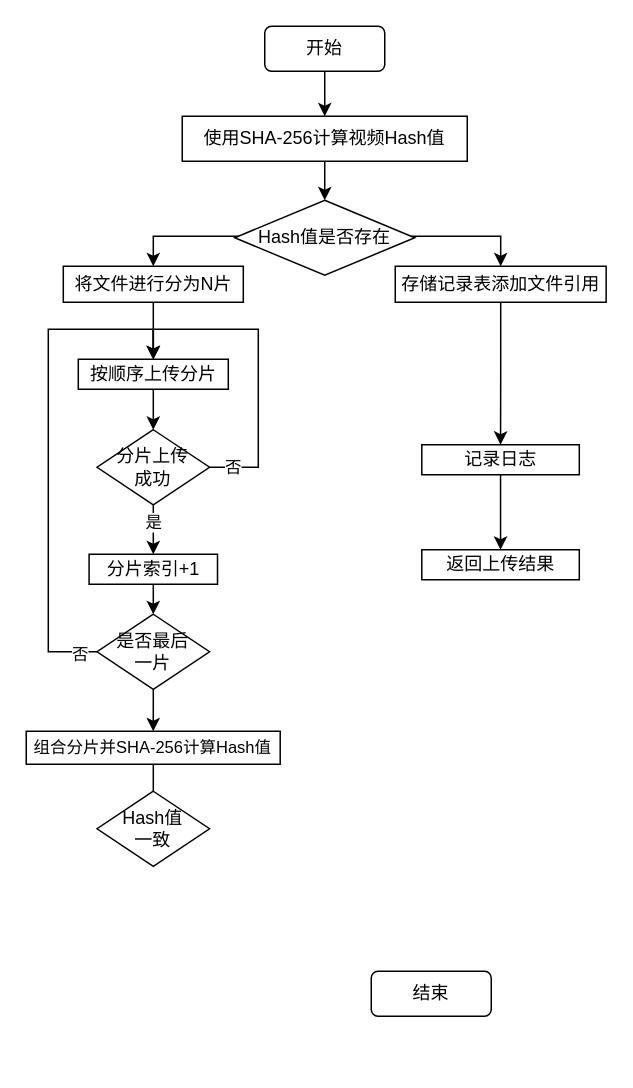
This is DrawIO_file/流程图/断点续传流程图.drawio from DingDongZz/typera_PicGO, a draw.io file, before an edit. Source tidied: cells renumbered, new cells numbered last; positions are measured from the earlier drawing's top-left corner, leaving out a move shared by most shapes. Both pictures are drawn from the tidied source at 150%, with x=0, y=0 at pixel (26, 26).
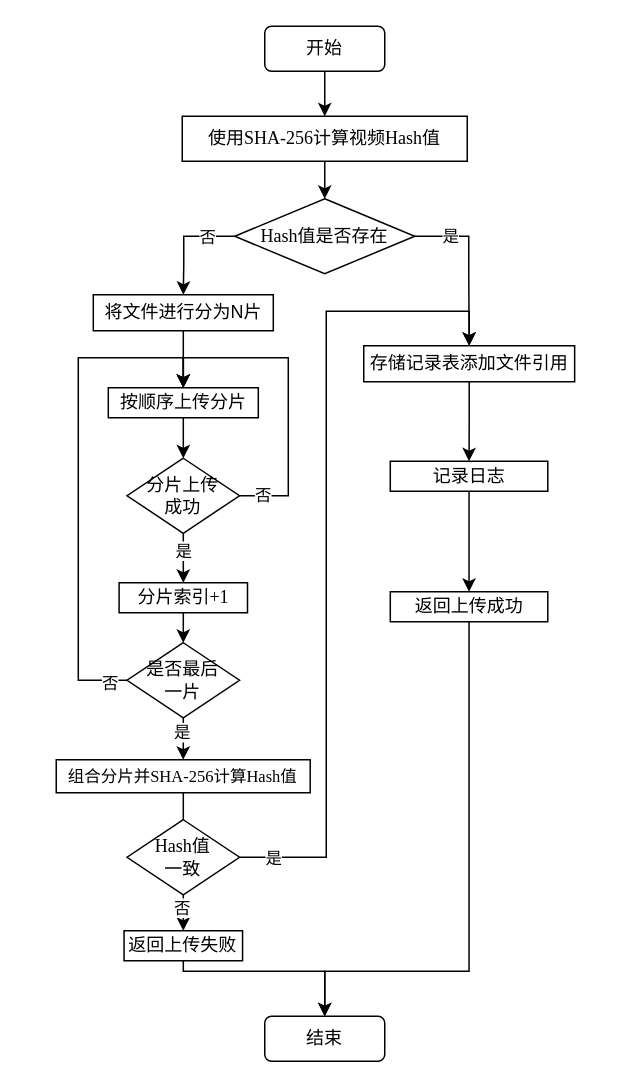
The same diagram, later.

Commit message:
更新断点续传流程图.drawio

The edit, as a diff of the source:
```diff
@@
-    <mxCell id="2" style="edgeStyle=orthogonalEdgeStyle;rounded=0;jettySize=auto;html=1;entryX=0.5;entryY=0;entryDx=0;entryDy=0;" parent="1" edge="1" source="3" target="5">
+    <mxCell id="2" style="edgeStyle=orthogonalEdgeStyle;rounded=0;jettySize=auto;html=1;entryX=0.5;entryY=0;entryDx=0;entryDy=0;fontFamily=宋体;" parent="1" edge="1" source="3" target="5">
       <mxGeometry relative="1" as="geometry" />
     </mxCell>
-    <mxCell id="3" value="开始" style="rounded=1;whiteSpace=wrap;html=1;" parent="1" vertex="1">
+    <mxCell id="3" value="开始" style="rounded=1;whiteSpace=wrap;html=1;fontFamily=宋体;" parent="1" vertex="1">
       <mxGeometry x="159" width="80" height="30" as="geometry" />
     </mxCell>
-    <mxCell id="4" style="edgeStyle=orthogonalEdgeStyle;rounded=0;jettySize=auto;html=1;entryX=0.5;entryY=0;entryDx=0;entryDy=0;" parent="1" edge="1" source="5" target="8">
+    <mxCell id="4" style="edgeStyle=orthogonalEdgeStyle;rounded=0;jettySize=auto;html=1;entryX=0.5;entryY=0;entryDx=0;entryDy=0;fontFamily=宋体;" parent="1" edge="1" source="5" target="8">
       <mxGeometry relative="1" as="geometry" />
     </mxCell>
-    <mxCell id="5" value="使用SHA-256计算视频Hash值" style="rounded=0;whiteSpace=wrap;html=1;" parent="1" vertex="1">
+    <mxCell id="5" value="使用&lt;font face=&quot;Times New Roman&quot;&gt;SHA-256&lt;/font&gt;计算视频&lt;font face=&quot;Times New Roman&quot;&gt;Hash&lt;/font&gt;值" style="rounded=0;whiteSpace=wrap;html=1;fontFamily=宋体;" parent="1" vertex="1">
       <mxGeometry x="104" y="60" width="190" height="30" as="geometry" />
     </mxCell>
+    <mxCell id="7" style="edgeStyle=orthogonalEdgeStyle;rounded=0;jettySize=auto;html=1;entryX=0.5;entryY=0;entryDx=0;entryDy=0;fontFamily=宋体;" parent="1" edge="1" source="8" target="10">
+      <mxGeometry relative="1" as="geometry">
+        <Array as="points">
+          <mxPoint x="295" y="140" />
+          <mxPoint x="295" y="163" />
+        </Array>
+      </mxGeometry>
+    </mxCell>
+    <mxCell id="34" value="是" style="edgeLabel;html=1;align=center;verticalAlign=middle;fontFamily=宋体;" parent="7" vertex="1">
+      <mxGeometry x="-0.57" y="1" relative="1" as="geometry" />
+    </mxCell>
-    <mxCell id="6" style="edgeStyle=orthogonalEdgeStyle;rounded=0;jettySize=auto;html=1;entryX=0.5;entryY=0;entryDx=0;entryDy=0;" parent="1" edge="1" source="8" target="17">
+    <mxCell id="6" style="edgeStyle=orthogonalEdgeStyle;rounded=0;jettySize=auto;html=1;entryX=0.5;entryY=0;entryDx=0;entryDy=0;fontFamily=宋体;" parent="1" edge="1" source="8" target="17">
       <mxGeometry relative="1" as="geometry">
         <Array as="points">
-          <mxPoint x="85" y="140" />
+          <mxPoint x="105" y="140" />
+          <mxPoint x="105" y="159" />
         </Array>
       </mxGeometry>
     </mxCell>
-    <mxCell id="7" style="edgeStyle=orthogonalEdgeStyle;rounded=0;jettySize=auto;html=1;entryX=0.5;entryY=0;entryDx=0;entryDy=0;" parent="1" edge="1" source="8" target="10">
-      <mxGeometry relative="1" as="geometry">
-        <Array as="points">
-          <mxPoint x="317" y="140" />
-        </Array>
-      </mxGeometry>
-    </mxCell>
+    <mxCell id="35" value="否" style="edgeLabel;html=1;align=center;verticalAlign=middle;fontFamily=宋体;" parent="6" vertex="1">
+      <mxGeometry x="-0.49" relative="1" as="geometry" />
+    </mxCell>
-    <mxCell id="8" value="Hash值是否存在" style="rhombus;whiteSpace=wrap;html=1;" parent="1" vertex="1">
-      <mxGeometry x="139" y="116" width="120" height="50" as="geometry" />
+    <mxCell id="8" value="&lt;font face=&quot;Times New Roman&quot;&gt;Hash&lt;/font&gt;值是否存在" style="rhombus;whiteSpace=wrap;html=1;fontFamily=宋体;" parent="1" vertex="1">
+      <mxGeometry x="139" y="115" width="120" height="50" as="geometry" />
     </mxCell>
-    <mxCell id="9" style="edgeStyle=orthogonalEdgeStyle;rounded=0;jettySize=auto;html=1;entryX=0.5;entryY=0;entryDx=0;entryDy=0;" parent="1" edge="1" source="10" target="12">
+    <mxCell id="9" style="edgeStyle=orthogonalEdgeStyle;rounded=0;jettySize=auto;html=1;entryX=0.5;entryY=0;entryDx=0;entryDy=0;fontFamily=宋体;" parent="1" edge="1" source="10" target="12">
       <mxGeometry relative="1" as="geometry" />
     </mxCell>
-    <mxCell id="10" value="存储记录表&lt;span style=&quot;background-color: transparent; color: light-dark(rgb(0, 0, 0), rgb(255, 255, 255));&quot;&gt;添加文件引用&lt;/span&gt;" style="rounded=0;whiteSpace=wrap;html=1;" parent="1" vertex="1">
-      <mxGeometry x="246" y="160" width="140.6" height="24" as="geometry" />
+    <mxCell id="10" value="存储记录表&lt;span style=&quot;background-color: transparent; color: light-dark(rgb(0, 0, 0), rgb(255, 255, 255));&quot;&gt;添加文件引用&lt;/span&gt;" style="rounded=0;whiteSpace=wrap;html=1;fontFamily=宋体;" parent="1" vertex="1">
+      <mxGeometry x="225" y="213" width="140.6" height="24" as="geometry" />
     </mxCell>
-    <mxCell id="11" style="edgeStyle=orthogonalEdgeStyle;rounded=0;jettySize=auto;html=1;entryX=0.5;entryY=0;entryDx=0;entryDy=0;" parent="1" edge="1" source="12" target="14">
+    <mxCell id="11" style="edgeStyle=orthogonalEdgeStyle;rounded=0;jettySize=auto;html=1;entryX=0.5;entryY=0;entryDx=0;entryDy=0;fontFamily=宋体;" parent="1" edge="1" source="12" target="14">
       <mxGeometry relative="1" as="geometry" />
     </mxCell>
-    <mxCell id="12" value="记录日志" style="rounded=0;whiteSpace=wrap;html=1;" parent="1" vertex="1">
-      <mxGeometry x="263.7" y="279" width="105" height="20" as="geometry" />
+    <mxCell id="12" value="记录日志" style="rounded=0;whiteSpace=wrap;html=1;fontFamily=宋体;" parent="1" vertex="1">
+      <mxGeometry x="242.7" y="290" width="105" height="20" as="geometry" />
     </mxCell>
-    <mxCell id="13" value="结束" style="rounded=1;whiteSpace=wrap;html=1;" parent="1" vertex="1">
-      <mxGeometry x="230" y="630" width="80" height="30" as="geometry" />
+    <mxCell id="13" value="结束" style="rounded=1;whiteSpace=wrap;html=1;fontFamily=宋体;" parent="1" vertex="1">
+      <mxGeometry x="159" y="660" width="80" height="30" as="geometry" />
     </mxCell>
+    <mxCell id="36" style="edgeStyle=orthogonalEdgeStyle;rounded=0;jettySize=auto;html=1;entryX=0.5;entryY=0;entryDx=0;entryDy=0;fontFamily=宋体;" parent="1" edge="1" source="14" target="13">
+      <mxGeometry relative="1" as="geometry">
+        <Array as="points">
+          <mxPoint x="295" y="630" />
+          <mxPoint x="199" y="630" />
+        </Array>
+      </mxGeometry>
+    </mxCell>
-    <mxCell id="14" value="返回上传结果" style="rounded=0;whiteSpace=wrap;html=1;" parent="1" vertex="1">
-      <mxGeometry x="263.7" y="349" width="105" height="20" as="geometry" />
+    <mxCell id="14" value="返回上传成功" style="rounded=0;whiteSpace=wrap;html=1;fontFamily=宋体;" parent="1" vertex="1">
+      <mxGeometry x="242.7" y="377" width="105" height="20" as="geometry" />
     </mxCell>
-    <mxCell id="15" style="group;" parent="1" vertex="1">
-      <mxGeometry y="160" width="169.3" height="400" as="geometry" />
+    <mxCell id="15" style="group;fontFamily=宋体;" parent="1" vertex="1">
+      <mxGeometry x="20" y="179" width="169.3" height="400" as="geometry" />
     </mxCell>
-    <mxCell id="16" style="edgeStyle=orthogonalEdgeStyle;rounded=0;jettySize=auto;html=1;entryX=0.5;entryY=0;entryDx=0;entryDy=0;" parent="15" edge="1" source="17" target="19">
+    <mxCell id="16" style="edgeStyle=orthogonalEdgeStyle;rounded=0;jettySize=auto;html=1;entryX=0.5;entryY=0;entryDx=0;entryDy=0;fontFamily=宋体;" parent="15" edge="1" source="17" target="19">
       <mxGeometry relative="1" as="geometry" />
     </mxCell>
-    <mxCell id="17" value="将文件进行分为N片" style="rounded=0;whiteSpace=wrap;html=1;" parent="15" vertex="1">
+    <mxCell id="17" value="将文件进行分为N片" style="rounded=0;whiteSpace=wrap;html=1;fontFamily=宋体;" parent="15" vertex="1">
       <mxGeometry x="24.7" width="120" height="24" as="geometry" />
     </mxCell>
-    <mxCell id="18" style="edgeStyle=orthogonalEdgeStyle;rounded=0;jettySize=auto;html=1;entryX=0.5;entryY=0;entryDx=0;entryDy=0;" parent="15" edge="1" source="19" target="24">
+    <mxCell id="18" style="edgeStyle=orthogonalEdgeStyle;rounded=0;jettySize=auto;html=1;entryX=0.5;entryY=0;entryDx=0;entryDy=0;fontFamily=宋体;" parent="15" edge="1" source="19" target="24">
       <mxGeometry relative="1" as="geometry" />
     </mxCell>
-    <mxCell id="19" value="按顺序上传分片" style="rounded=0;whiteSpace=wrap;html=1;" parent="15" vertex="1">
+    <mxCell id="19" value="按顺序上传分片" style="rounded=0;whiteSpace=wrap;html=1;fontFamily=宋体;" parent="15" vertex="1">
       <mxGeometry x="34.7" y="62" width="100" height="20" as="geometry" />
     </mxCell>
-    <mxCell id="20" style="edgeStyle=orthogonalEdgeStyle;rounded=0;jettySize=auto;html=1;entryX=0.5;entryY=0;entryDx=0;entryDy=0;" parent="15" edge="1" source="24" target="30">
+    <mxCell id="20" style="edgeStyle=orthogonalEdgeStyle;rounded=0;jettySize=auto;html=1;entryX=0.5;entryY=0;entryDx=0;entryDy=0;fontFamily=宋体;" parent="15" edge="1" source="24" target="30">
       <mxGeometry relative="1" as="geometry" />
     </mxCell>
-    <mxCell id="21" value="是" style="edgeLabel;html=1;align=center;verticalAlign=middle;" parent="20" vertex="1">
+    <mxCell id="21" value="是" style="edgeLabel;html=1;align=center;verticalAlign=middle;fontFamily=宋体;" parent="20" vertex="1">
       <mxGeometry x="0.19" relative="1" as="geometry">
         <mxPoint y="-3" as="offset" />
       </mxGeometry>
     </mxCell>
-    <mxCell id="22" style="edgeStyle=orthogonalEdgeStyle;rounded=0;jettySize=auto;html=1;entryX=0.5;entryY=0;entryDx=0;entryDy=0;" parent="15" edge="1" source="24" target="19">
+    <mxCell id="22" style="edgeStyle=orthogonalEdgeStyle;rounded=0;jettySize=auto;html=1;entryX=0.5;entryY=0;entryDx=0;entryDy=0;fontFamily=宋体;" parent="15" edge="1" source="24" target="19">
       <mxGeometry relative="1" as="geometry">
         <Array as="points">
           <mxPoint x="154.7" y="134" />
           <mxPoint x="154.7" y="42" />
           <mxPoint x="84.7" y="42" />
         </Array>
       </mxGeometry>
     </mxCell>
-    <mxCell id="23" value="否" style="edgeLabel;html=1;align=center;verticalAlign=middle;" parent="22" vertex="1">
+    <mxCell id="23" value="否" style="edgeLabel;html=1;align=center;verticalAlign=middle;fontFamily=宋体;" parent="22" vertex="1">
       <mxGeometry x="-0.86" y="1" relative="1" as="geometry" />
     </mxCell>
-    <mxCell id="24" value="分片上传&lt;div&gt;成功&lt;/div&gt;" style="rhombus;whiteSpace=wrap;html=1;" parent="15" vertex="1">
+    <mxCell id="24" value="分片上传&lt;div&gt;成功&lt;/div&gt;" style="rhombus;whiteSpace=wrap;html=1;fontFamily=宋体;" parent="15" vertex="1">
       <mxGeometry x="47.2" y="109" width="75" height="50" as="geometry" />
     </mxCell>
-    <mxCell id="25" style="edgeStyle=orthogonalEdgeStyle;rounded=0;jettySize=auto;html=1;entryX=0.5;entryY=0;entryDx=0;entryDy=0;" parent="15" edge="1" source="28" target="19">
+    <mxCell id="25" style="edgeStyle=orthogonalEdgeStyle;rounded=0;jettySize=auto;html=1;entryX=0.5;entryY=0;entryDx=0;entryDy=0;fontFamily=宋体;" parent="15" edge="1" source="28" target="19">
       <mxGeometry relative="1" as="geometry">
         <Array as="points">
           <mxPoint x="14.7" y="257" />
           <mxPoint x="14.7" y="42" />
           <mxPoint x="84.7" y="42" />
         </Array>
       </mxGeometry>
     </mxCell>
-    <mxCell id="26" value="否" style="edgeLabel;html=1;align=center;verticalAlign=middle;" parent="25" vertex="1">
+    <mxCell id="26" value="否" style="edgeLabel;html=1;align=center;verticalAlign=middle;fontFamily=宋体;" parent="25" vertex="1">
       <mxGeometry x="-0.93" y="1" relative="1" as="geometry" />
     </mxCell>
-    <mxCell id="27" style="edgeStyle=orthogonalEdgeStyle;rounded=0;jettySize=auto;html=1;entryX=0.5;entryY=0;entryDx=0;entryDy=0;" parent="15" edge="1" source="28" target="32">
+    <mxCell id="27" style="edgeStyle=orthogonalEdgeStyle;rounded=0;jettySize=auto;html=1;entryX=0.5;entryY=0;entryDx=0;entryDy=0;fontFamily=宋体;" parent="15" edge="1" source="28" target="32">
       <mxGeometry relative="1" as="geometry" />
     </mxCell>
+    <mxCell id="37" value="是" style="edgeLabel;html=1;align=center;verticalAlign=middle;fontFamily=宋体;" parent="27" vertex="1">
+      <mxGeometry x="0.3" y="-1" relative="1" as="geometry" />
+    </mxCell>
-    <mxCell id="28" value="是否最后&lt;div&gt;一片&lt;/div&gt;" style="rhombus;whiteSpace=wrap;html=1;" parent="15" vertex="1">
+    <mxCell id="28" value="是否最后&lt;div&gt;一片&lt;/div&gt;" style="rhombus;whiteSpace=wrap;html=1;fontFamily=宋体;" parent="15" vertex="1">
       <mxGeometry x="47.2" y="232" width="75" height="50" as="geometry" />
     </mxCell>
-    <mxCell id="29" style="edgeStyle=orthogonalEdgeStyle;rounded=0;jettySize=auto;html=1;entryX=0.5;entryY=0;entryDx=0;entryDy=0;" parent="15" edge="1" source="30" target="28">
+    <mxCell id="29" style="edgeStyle=orthogonalEdgeStyle;rounded=0;jettySize=auto;html=1;entryX=0.5;entryY=0;entryDx=0;entryDy=0;fontFamily=宋体;" parent="15" edge="1" source="30" target="28">
       <mxGeometry relative="1" as="geometry" />
     </mxCell>
-    <mxCell id="30" value="分片索引+1" style="rounded=0;whiteSpace=wrap;html=1;" parent="15" vertex="1">
+    <mxCell id="30" value="分片索引&lt;font face=&quot;Times New Roman&quot;&gt;+1&lt;/font&gt;" style="rounded=0;whiteSpace=wrap;html=1;fontFamily=宋体;" parent="15" vertex="1">
       <mxGeometry x="41.9" y="192" width="85.6" height="20" as="geometry" />
     </mxCell>
-    <mxCell id="31" style="edgeStyle=orthogonalEdgeStyle;rounded=0;jettySize=auto;html=1;entryX=0.5;entryY=0;entryDx=0;entryDy=0;" parent="15" edge="1" source="32" target="33">
+    <mxCell id="31" style="edgeStyle=orthogonalEdgeStyle;rounded=0;jettySize=auto;html=1;entryX=0.5;entryY=0;entryDx=0;entryDy=0;fontFamily=宋体;" parent="15" edge="1" source="32" target="33">
       <mxGeometry relative="1" as="geometry" />
     </mxCell>
-    <mxCell id="32" value="组合分片并SHA-256计算Hash值" style="rounded=0;whiteSpace=wrap;html=1;fontSize=11;" parent="15" vertex="1">
+    <mxCell id="32" value="组合分片并&lt;font face=&quot;Times New Roman&quot;&gt;SHA-256&lt;/font&gt;计算&lt;font face=&quot;Times New Roman&quot;&gt;Hash&lt;/font&gt;值" style="rounded=0;whiteSpace=wrap;html=1;fontSize=11;fontFamily=宋体;align=center;" parent="15" vertex="1">
       <mxGeometry y="310" width="169.3" height="22" as="geometry" />
     </mxCell>
-    <mxCell id="33" value="Hash值&lt;div&gt;一致&lt;/div&gt;" style="rhombus;whiteSpace=wrap;html=1;" parent="15" vertex="1">
+    <mxCell id="33" value="&lt;font face=&quot;Times New Roman&quot;&gt;Hash&lt;/font&gt;值&lt;div&gt;一致&lt;/div&gt;" style="rhombus;whiteSpace=wrap;html=1;fontFamily=宋体;" parent="15" vertex="1">
       <mxGeometry x="47.2" y="350" width="75" height="50" as="geometry" />
     </mxCell>
+    <mxCell id="38" style="edgeStyle=orthogonalEdgeStyle;rounded=0;jettySize=auto;html=1;entryX=0.5;entryY=0;entryDx=0;entryDy=0;fontFamily=宋体;" parent="1" edge="1" source="39" target="13">
+      <mxGeometry relative="1" as="geometry">
+        <Array as="points">
+          <mxPoint x="105" y="630" />
+          <mxPoint x="199" y="630" />
+        </Array>
+      </mxGeometry>
+    </mxCell>
+    <mxCell id="39" value="返回上传失败" style="rounded=0;whiteSpace=wrap;html=1;fontFamily=宋体;" parent="1" vertex="1">
+      <mxGeometry x="65.2" y="603" width="79" height="20" as="geometry" />
+    </mxCell>
+    <mxCell id="40" style="edgeStyle=orthogonalEdgeStyle;rounded=0;jettySize=auto;html=1;entryX=0.5;entryY=0;entryDx=0;entryDy=0;fontFamily=宋体;" parent="1" edge="1" source="33" target="39">
+      <mxGeometry relative="1" as="geometry" />
+    </mxCell>
+    <mxCell id="41" value="否" style="edgeLabel;html=1;align=center;verticalAlign=middle;fontFamily=宋体;" parent="40" vertex="1">
+      <mxGeometry x="0.54" relative="1" as="geometry">
+        <mxPoint x="-1" y="-3" as="offset" />
+      </mxGeometry>
+    </mxCell>
+    <mxCell id="42" style="edgeStyle=orthogonalEdgeStyle;rounded=0;jettySize=auto;html=1;entryX=0.5;entryY=0;entryDx=0;entryDy=0;fontFamily=宋体;" parent="1" edge="1" source="33" target="10">
+      <mxGeometry relative="1" as="geometry">
+        <Array as="points">
+          <mxPoint x="200" y="554" />
+          <mxPoint x="200" y="190" />
+          <mxPoint x="295" y="190" />
+        </Array>
+      </mxGeometry>
+    </mxCell>
+    <mxCell id="43" value="是" style="edgeLabel;html=1;align=center;verticalAlign=middle;fontFamily=宋体;" parent="42" vertex="1">
+      <mxGeometry x="-0.92" relative="1" as="geometry" />
+    </mxCell>
```
